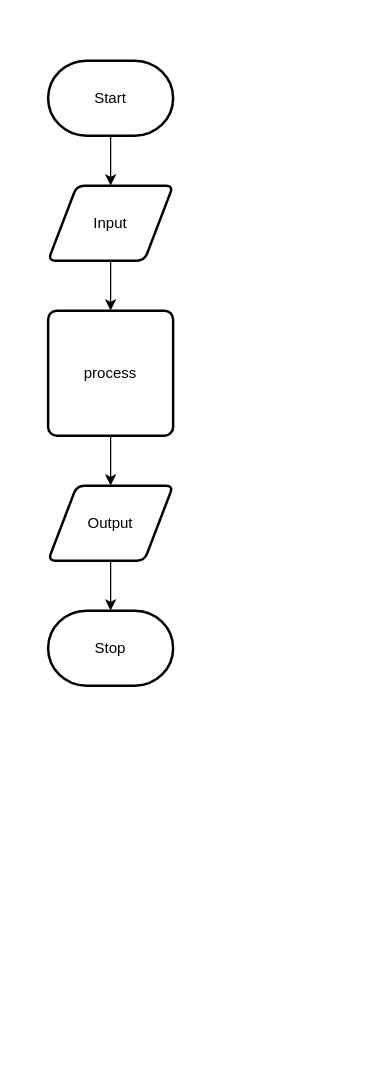
Liya-Getachew/ICS2O-Assignment-6 keeps this draw.io diagram as design/flow-chart.drawio. Above is the earlier version. Source tidied: cells renumbered, new cells numbered last; positions are measured from the earlier drawing's top-left corner, leaving out a move shared by most shapes. Both pictures are drawn from the tidied source at 125%, with x=0, y=0 at pixel (48, 60).
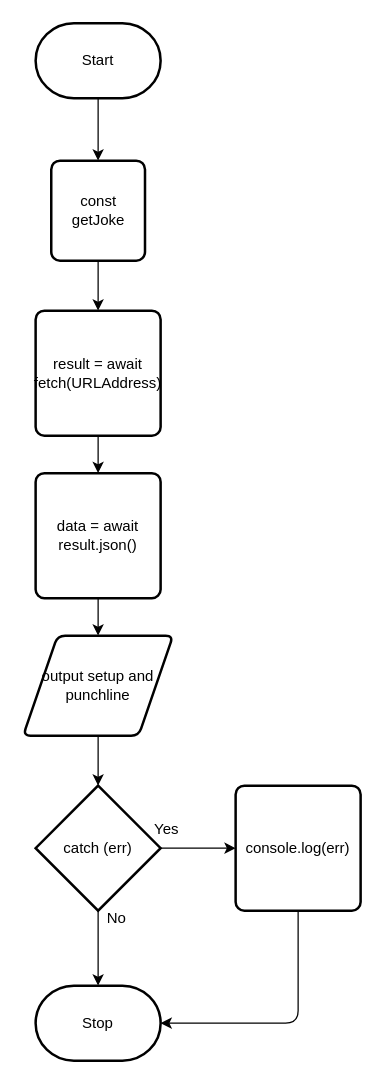
The same diagram, later.

What changed in the source:
```diff
@@
-    <mxCell id="2" style="edgeStyle=none;html=1;" parent="1" edge="1" source="3" target="5">
-      <mxGeometry relative="1" as="geometry" />
-    </mxCell>
+    <mxCell id="11" style="edgeStyle=orthogonalEdgeStyle;html=1;entryX=0.5;entryY=0;entryDx=0;entryDy=0;" parent="1" edge="1" source="3" target="26">
+      <mxGeometry relative="1" as="geometry" />
+    </mxCell>
     <mxCell id="3" value="Start" style="strokeWidth=2;html=1;shape=mxgraph.flowchart.terminator;whiteSpace=wrap;" parent="1" vertex="1">
-      <mxGeometry width="100" height="60" as="geometry" />
+      <mxGeometry x="-10" y="-30" width="100" height="60" as="geometry" />
     </mxCell>
-    <mxCell id="4" style="edgeStyle=none;html=1;" parent="1" edge="1" source="5" target="7">
-      <mxGeometry relative="1" as="geometry" />
-    </mxCell>
-    <mxCell id="5" value="Input" style="shape=parallelogram;html=1;strokeWidth=2;perimeter=parallelogramPerimeter;whiteSpace=wrap;rounded=1;arcSize=12;size=0.23;" parent="1" vertex="1">
-      <mxGeometry y="100" width="100" height="60" as="geometry" />
-    </mxCell>
-    <mxCell id="6" style="edgeStyle=none;html=1;" parent="1" edge="1" source="7" target="9">
-      <mxGeometry relative="1" as="geometry" />
-    </mxCell>
-    <mxCell id="7" value="process" style="rounded=1;whiteSpace=wrap;html=1;absoluteArcSize=1;arcSize=14;strokeWidth=2;" parent="1" vertex="1">
-      <mxGeometry y="200" width="100" height="100" as="geometry" />
-    </mxCell>
-    <mxCell id="8" style="edgeStyle=none;html=1;" parent="1" edge="1" source="9" target="10">
-      <mxGeometry relative="1" as="geometry" />
-    </mxCell>
-    <mxCell id="9" value="Output" style="shape=parallelogram;html=1;strokeWidth=2;perimeter=parallelogramPerimeter;whiteSpace=wrap;rounded=1;arcSize=12;size=0.23;" parent="1" vertex="1">
-      <mxGeometry y="340" width="100" height="60" as="geometry" />
-    </mxCell>
     <mxCell id="10" value="Stop" style="strokeWidth=2;html=1;shape=mxgraph.flowchart.terminator;whiteSpace=wrap;" parent="1" vertex="1">
-      <mxGeometry y="440" width="100" height="60" as="geometry" />
+      <mxGeometry x="-10" y="740" width="100" height="60" as="geometry" />
     </mxCell>
+    <mxCell id="12" style="edgeStyle=none;html=1;entryX=0.5;entryY=0;entryDx=0;entryDy=0;" parent="1" edge="1" source="13" target="15">
+      <mxGeometry relative="1" as="geometry" />
+    </mxCell>
+    <mxCell id="13" value="result = await fetch(URLAddress)" style="rounded=1;whiteSpace=wrap;html=1;absoluteArcSize=1;arcSize=14;strokeWidth=2;" parent="1" vertex="1">
+      <mxGeometry x="-10" y="200" width="100" height="100" as="geometry" />
+    </mxCell>
+    <mxCell id="14" style="edgeStyle=none;html=1;entryX=0.5;entryY=0;entryDx=0;entryDy=0;" parent="1" edge="1" source="15" target="17">
+      <mxGeometry relative="1" as="geometry" />
+    </mxCell>
+    <mxCell id="15" value="data = await result.json()" style="rounded=1;whiteSpace=wrap;html=1;absoluteArcSize=1;arcSize=14;strokeWidth=2;" parent="1" vertex="1">
+      <mxGeometry x="-10" y="330" width="100" height="100" as="geometry" />
+    </mxCell>
+    <mxCell id="16" style="edgeStyle=none;html=1;entryX=0.5;entryY=0;entryDx=0;entryDy=0;entryPerimeter=0;" parent="1" edge="1" source="17" target="20">
+      <mxGeometry relative="1" as="geometry" />
+    </mxCell>
+    <mxCell id="17" value="output setup and punchline" style="shape=parallelogram;html=1;strokeWidth=2;perimeter=parallelogramPerimeter;whiteSpace=wrap;rounded=1;arcSize=12;size=0.23;" parent="1" vertex="1">
+      <mxGeometry x="-20" y="460" width="120" height="80" as="geometry" />
+    </mxCell>
+    <mxCell id="18" style="edgeStyle=none;html=1;entryX=0.5;entryY=0;entryDx=0;entryDy=0;entryPerimeter=0;" parent="1" edge="1" source="20" target="10">
+      <mxGeometry relative="1" as="geometry" />
+    </mxCell>
+    <mxCell id="19" style="edgeStyle=none;html=1;entryX=0;entryY=0.5;entryDx=0;entryDy=0;" parent="1" edge="1" source="20" target="23">
+      <mxGeometry relative="1" as="geometry" />
+    </mxCell>
+    <mxCell id="20" value="catch (err)" style="strokeWidth=2;html=1;shape=mxgraph.flowchart.decision;whiteSpace=wrap;" parent="1" vertex="1">
+      <mxGeometry x="-10" y="580" width="100" height="100" as="geometry" />
+    </mxCell>
+    <mxCell id="21" value="No" style="text;html=1;strokeColor=none;fillColor=none;align=center;verticalAlign=middle;whiteSpace=wrap;rounded=0;" parent="1" vertex="1">
+      <mxGeometry x="25" y="671" width="60" height="30" as="geometry" />
+    </mxCell>
+    <mxCell id="22" style="edgeStyle=orthogonalEdgeStyle;html=1;entryX=1;entryY=0.5;entryDx=0;entryDy=0;entryPerimeter=0;" parent="1" edge="1" source="23" target="10">
+      <mxGeometry relative="1" as="geometry">
+        <Array as="points">
+          <mxPoint x="200" y="770" />
+        </Array>
+      </mxGeometry>
+    </mxCell>
+    <mxCell id="23" value="console.log(err)" style="rounded=1;whiteSpace=wrap;html=1;absoluteArcSize=1;arcSize=14;strokeWidth=2;" parent="1" vertex="1">
+      <mxGeometry x="150" y="580" width="100" height="100" as="geometry" />
+    </mxCell>
+    <mxCell id="24" value="Yes" style="text;html=1;strokeColor=none;fillColor=none;align=center;verticalAlign=middle;whiteSpace=wrap;rounded=0;" parent="1" vertex="1">
+      <mxGeometry x="65" y="600" width="60" height="30" as="geometry" />
+    </mxCell>
+    <mxCell id="25" style="edgeStyle=orthogonalEdgeStyle;html=1;entryX=0.5;entryY=0;entryDx=0;entryDy=0;" parent="1" edge="1" source="26" target="13">
+      <mxGeometry relative="1" as="geometry" />
+    </mxCell>
+    <mxCell id="26" value="const getJoke" style="rounded=1;whiteSpace=wrap;html=1;absoluteArcSize=1;arcSize=14;strokeWidth=2;" parent="1" vertex="1">
+      <mxGeometry x="2.5" y="80" width="75" height="80" as="geometry" />
+    </mxCell>
```
